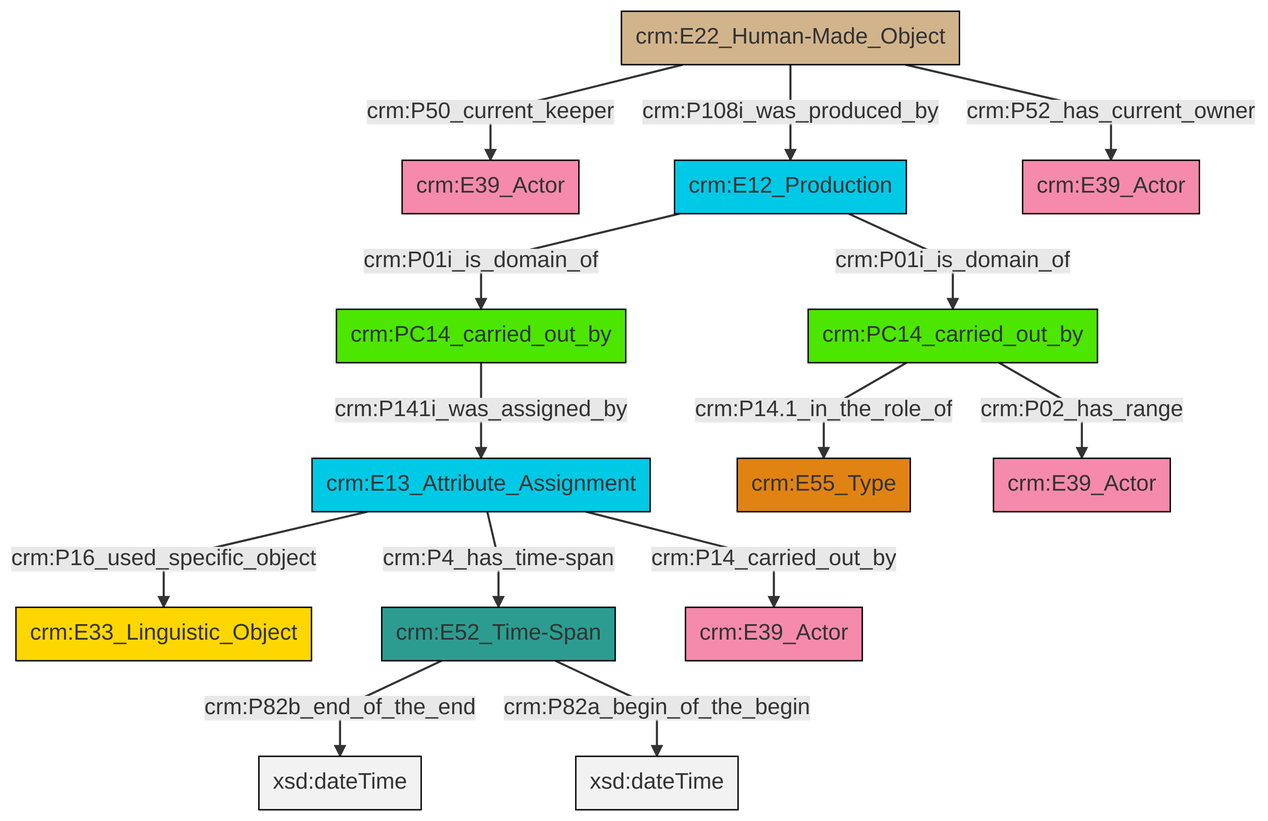
Earlier version of the Mermaid export et/carrierCSV/ttl/mmd/png/carrier_relations.png (swiss-art-research-net/docs.swissartresearch). Its source is kept beside it as et/carrierCSV/ttl/mmd/carrier_relations.ttl.mmd.
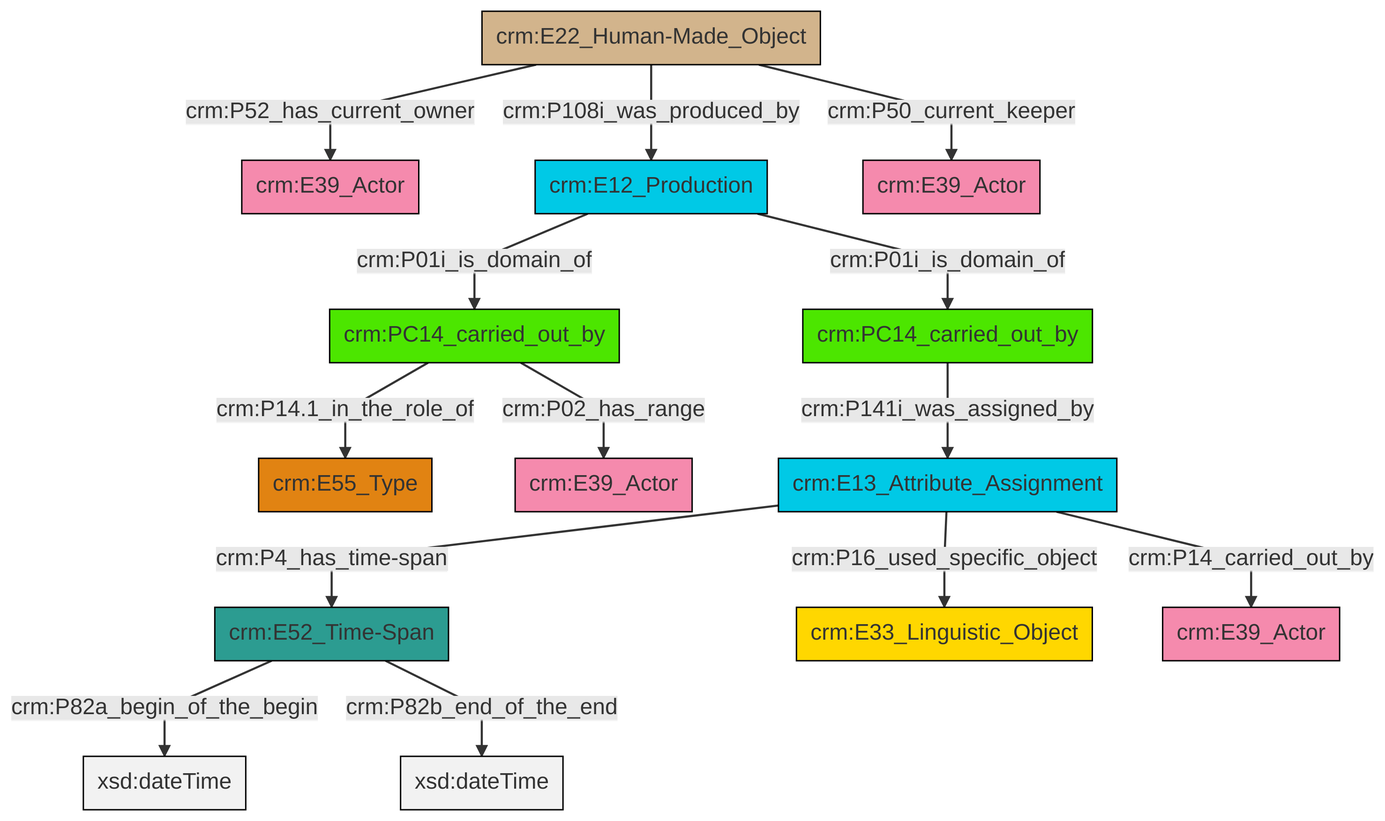
The same diagram one commit later.

Change to the diagram source:
```diff
@@ -13,16 +13,16 @@
 classDef PC_Classes fill:#4ce600, stroke:#000000;
 classDef Multi fill:#cccccc,stroke:#000000;
 
-0["crm:PC14_carried_out_by"]:::PC_Classes -->|crm:P141i_was_assigned_by| 1["crm:E13_Attribute_Assignment"]:::Temporal_Entity
-1["crm:E13_Attribute_Assignment"]:::Temporal_Entity -->|crm:P16_used_specific_object| 2["crm:E33_Linguistic_Object"]:::Conceptual_Object
-3["crm:E52_Time-Span"]:::Time-Span -->|crm:P82b_end_of_the_end| 4[xsd:dateTime]:::Literal
-5["crm:E22_Human-Made_Object"]:::Physical_Thing -->|crm:P50_current_keeper| 6["crm:E39_Actor"]:::Actor
-5["crm:E22_Human-Made_Object"]:::Physical_Thing -->|crm:P108i_was_produced_by| 10["crm:E12_Production"]:::Temporal_Entity
-13["crm:PC14_carried_out_by"]:::PC_Classes -->|crm:P14.1_in_the_role_of| 14["crm:E55_Type"]:::Type
-1["crm:E13_Attribute_Assignment"]:::Temporal_Entity -->|crm:P14_carried_out_by| 16["crm:E39_Actor"]:::Actor
-10["crm:E12_Production"]:::Temporal_Entity -->|crm:P01i_is_domain_of| 0["crm:PC14_carried_out_by"]:::PC_Classes
-5["crm:E22_Human-Made_Object"]:::Physical_Thing -->|crm:P52_has_current_owner| 11["crm:E39_Actor"]:::Actor
-1["crm:E13_Attribute_Assignment"]:::Temporal_Entity -->|crm:P4_has_time-span| 3["crm:E52_Time-Span"]:::Time-Span
-10["crm:E12_Production"]:::Temporal_Entity -->|crm:P01i_is_domain_of| 13["crm:PC14_carried_out_by"]:::PC_Classes
-13["crm:PC14_carried_out_by"]:::PC_Classes -->|crm:P02_has_range| 23["crm:E39_Actor"]:::Actor
-3["crm:E52_Time-Span"]:::Time-Span -->|crm:P82a_begin_of_the_begin| 25[xsd:dateTime]:::Literal
+0["crm:PC14_carried_out_by"]:::PC_Classes -->|crm:P14.1_in_the_role_of| 1["crm:E55_Type"]:::Type
+6["crm:E13_Attribute_Assignment"]:::Temporal_Entity -->|crm:P4_has_time-span| 7["crm:E52_Time-Span"]:::Time-Span
+4["crm:E12_Production"]:::Temporal_Entity -->|crm:P01i_is_domain_of| 0["crm:PC14_carried_out_by"]:::PC_Classes
+7["crm:E52_Time-Span"]:::Time-Span -->|crm:P82a_begin_of_the_begin| 16[xsd:dateTime]:::Literal
+17["crm:PC14_carried_out_by"]:::PC_Classes -->|crm:P141i_was_assigned_by| 6["crm:E13_Attribute_Assignment"]:::Temporal_Entity
+4["crm:E12_Production"]:::Temporal_Entity -->|crm:P01i_is_domain_of| 17["crm:PC14_carried_out_by"]:::PC_Classes
+0["crm:PC14_carried_out_by"]:::PC_Classes -->|crm:P02_has_range| 14["crm:E39_Actor"]:::Actor
+10["crm:E22_Human-Made_Object"]:::Physical_Thing -->|crm:P52_has_current_owner| 20["crm:E39_Actor"]:::Actor
+10["crm:E22_Human-Made_Object"]:::Physical_Thing -->|crm:P108i_was_produced_by| 4["crm:E12_Production"]:::Temporal_Entity
+7["crm:E52_Time-Span"]:::Time-Span -->|crm:P82b_end_of_the_end| 23[xsd:dateTime]:::Literal
+6["crm:E13_Attribute_Assignment"]:::Temporal_Entity -->|crm:P16_used_specific_object| 2["crm:E33_Linguistic_Object"]:::Conceptual_Object
+10["crm:E22_Human-Made_Object"]:::Physical_Thing -->|crm:P50_current_keeper| 12["crm:E39_Actor"]:::Actor
+6["crm:E13_Attribute_Assignment"]:::Temporal_Entity -->|crm:P14_carried_out_by| 21["crm:E39_Actor"]:::Actor
```
